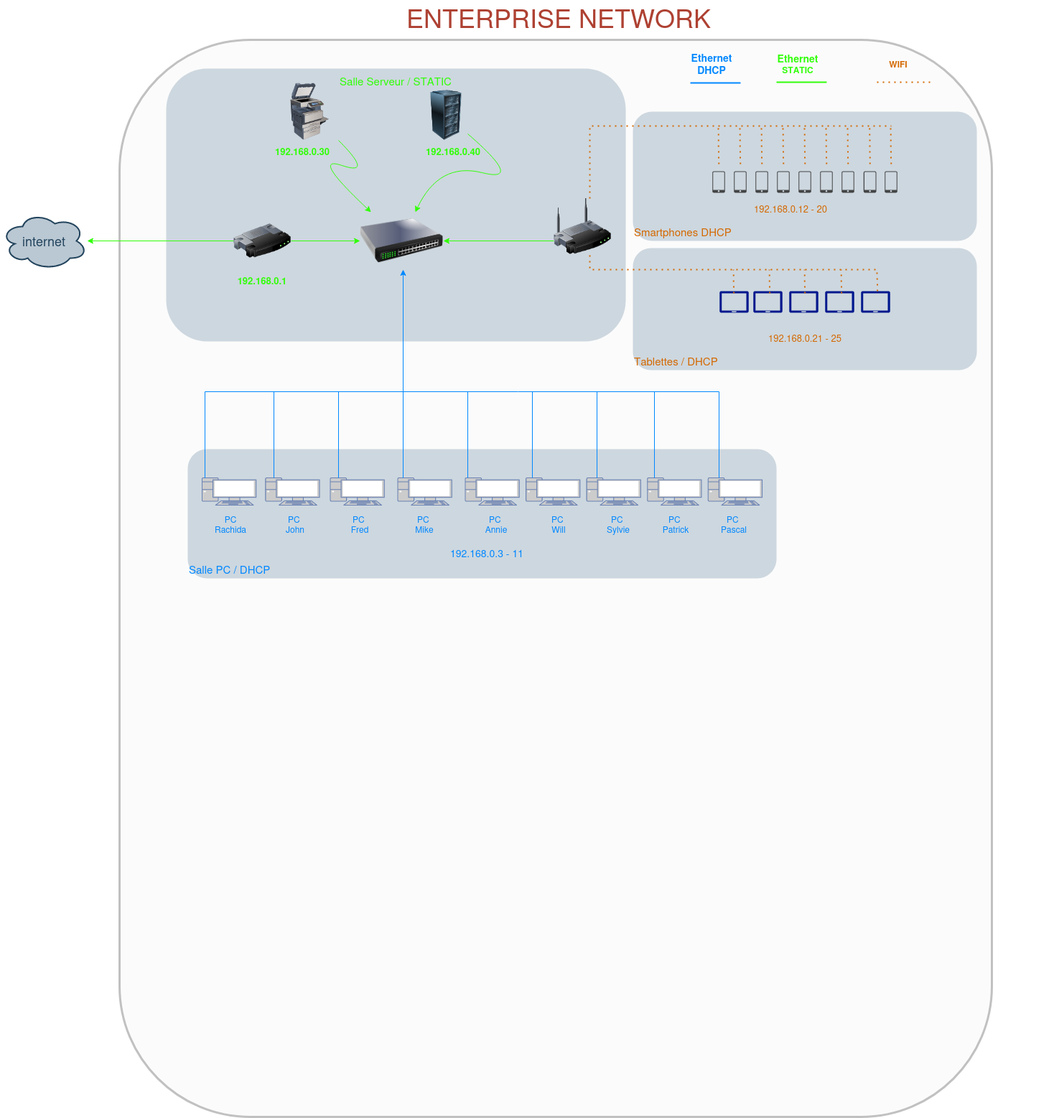
OCR-GRLD/OCR-GRLD keeps this draw.io diagram as avocatsdunum.drawio.png. Above is the earlier version. Source tidied: cells renumbered, new cells last; positions are measured from the earlier drawing's top-left corner, leaving out a move shared by most shapes.
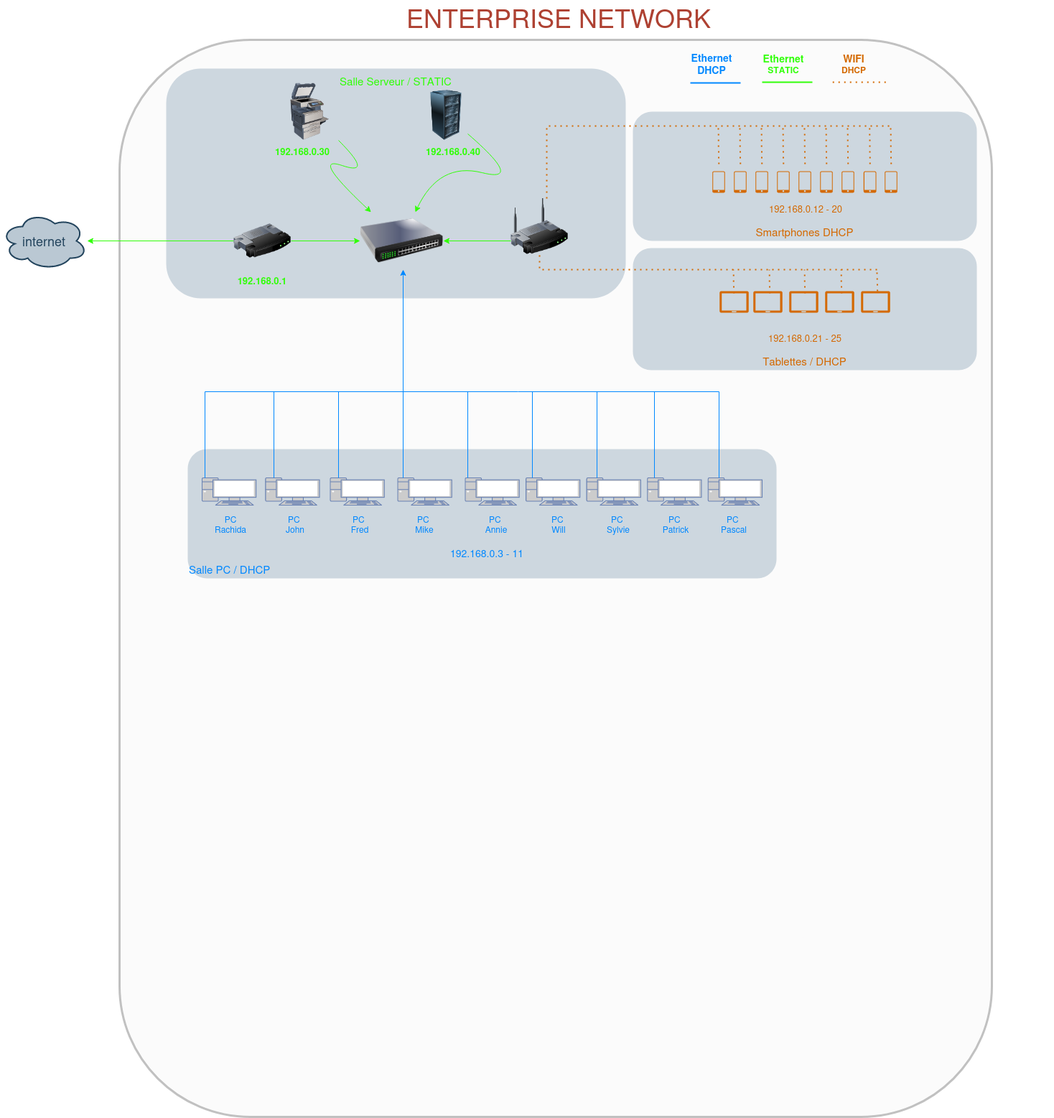
After the change.

Commit message:
Mettre à jour avocatsdunum.drawio.png

The edit, as a diff of the source:
```diff
@@ -6,7 +6,7 @@
       <mxGeometry x="165" y="55" width="1215" height="1500" as="geometry" />
     </mxCell>
     <mxCell id="3" value="&lt;div align=&quot;center&quot; style=&quot;font-size: 17px;&quot;&gt;&lt;font color=&quot;#31ff08&quot; style=&quot;font-size: 15px;&quot;&gt;Salle Serveur / STATIC&lt;/font&gt;&lt;/div&gt;" style="rounded=1;whiteSpace=wrap;html=1;shadow=0;strokeColor=none;fillColor=#BAC8D3;gradientColor=none;fontSize=18;fontColor=#AE4132;verticalAlign=top;opacity=70;fontStyle=0;strokeWidth=3;align=center;" parent="1" vertex="1">
-      <mxGeometry x="230" y="95" width="640" height="380" as="geometry" />
+      <mxGeometry x="230" y="95" width="640" height="320" as="geometry" />
     </mxCell>
     <mxCell id="4" style="image;html=1;image=img/lib/clip_art/computers/Server_Rack_128x128.png;shadow=0;strokeColor=#000000;fillColor=#FFFFFF;gradientColor=none;fontSize=18;fontColor=#F08705;fontStyle=0;" parent="1" vertex="1">
       <mxGeometry x="590" y="125" width="60" height="70" as="geometry" />
@@ -133,7 +133,7 @@
       </mxGeometry>
     </mxCell>
     <mxCell id="34" style="image;html=1;image=img/lib/clip_art/networking/Wireless_Router_128x128.png;" parent="1" vertex="1">
-      <mxGeometry x="770" y="275" width="80" height="80" as="geometry" />
+      <mxGeometry x="710" y="275" width="80" height="80" as="geometry" />
     </mxCell>
     <mxCell id="35" style="curved=1;endArrow=classic;html=1;rounded=0;strokeColor=#31FF08;" parent="1" edge="1" source="4" target="11">
       <mxGeometry relative="1" as="geometry">
@@ -154,10 +154,10 @@
     <mxCell id="37" style="endArrow=classic;html=1;rounded=0;exitX=0;exitY=0.75;exitDx=0;exitDy=0;strokeColor=#31FF08;" parent="1" edge="1" source="34" target="11">
       <mxGeometry relative="1" as="geometry" />
     </mxCell>
-    <mxCell id="38" value="&lt;div&gt;&lt;font color=&quot;#d46900&quot; style=&quot;font-size: 15px;&quot;&gt;Smartphones DHCP&lt;/font&gt;&lt;/div&gt;" style="rounded=1;whiteSpace=wrap;html=1;shadow=0;strokeColor=none;fillColor=#BAC8D3;gradientColor=none;fontSize=19;fontColor=#AE4132;verticalAlign=bottom;fontStyle=0;opacity=70;strokeWidth=3;align=left;rotation=0;" parent="1" vertex="1">
+    <mxCell id="38" value="&lt;div align=&quot;center&quot;&gt;&lt;font color=&quot;#d46900&quot; style=&quot;font-size: 15px;&quot;&gt;Smartphones DHCP&lt;/font&gt;&lt;/div&gt;" style="rounded=1;whiteSpace=wrap;html=1;shadow=0;strokeColor=none;fillColor=#BAC8D3;gradientColor=none;fontSize=19;fontColor=#AE4132;verticalAlign=bottom;fontStyle=0;opacity=70;strokeWidth=3;align=center;rotation=0;" parent="1" vertex="1">
       <mxGeometry x="880" y="155" width="479" height="180" as="geometry" />
     </mxCell>
-    <mxCell id="39" value="&lt;div align=&quot;left&quot;&gt;&lt;font color=&quot;#d46900&quot; style=&quot;font-size: 15px;&quot;&gt;Tablettes / DHCP&lt;/font&gt;&lt;/div&gt;" style="rounded=1;whiteSpace=wrap;html=1;shadow=0;strokeColor=none;fillColor=#BAC8D3;gradientColor=none;fontSize=19;fontColor=#AE4132;verticalAlign=bottom;fontStyle=0;opacity=70;strokeWidth=3;align=left;rotation=0;" parent="1" vertex="1">
+    <mxCell id="39" value="&lt;div align=&quot;center&quot;&gt;&lt;font color=&quot;#d46900&quot; style=&quot;font-size: 15px;&quot;&gt;Tablettes / DHCP&lt;/font&gt;&lt;/div&gt;" style="rounded=1;whiteSpace=wrap;html=1;shadow=0;strokeColor=none;fillColor=#BAC8D3;gradientColor=none;fontSize=19;fontColor=#AE4132;verticalAlign=bottom;fontStyle=0;opacity=70;strokeWidth=3;align=center;rotation=0;" parent="1" vertex="1">
       <mxGeometry x="880" y="345" width="479" height="170" as="geometry" />
     </mxCell>
     <mxCell id="40" style="group;" parent="1" vertex="1">
@@ -169,38 +169,38 @@
         <mxPoint x="160" y="-1" as="targetPoint" />
       </mxGeometry>
     </mxCell>
-    <mxCell id="42" style="sketch=0;shadow=0;dashed=0;html=1;strokeColor=none;fillColor=#434445;labelPosition=center;verticalLabelPosition=bottom;verticalAlign=top;align=center;shape=mxgraph.vvd.phone;" parent="40" vertex="1">
+    <mxCell id="42" style="sketch=0;shadow=0;dashed=0;html=1;strokeColor=none;fillColor=#D46900;labelPosition=center;verticalLabelPosition=bottom;verticalAlign=top;align=center;shape=mxgraph.vvd.phone;" parent="40" vertex="1">
       <mxGeometry y="123" width="17.7" height="30" as="geometry" />
     </mxCell>
-    <mxCell id="43" style="sketch=0;shadow=0;dashed=0;html=1;strokeColor=none;fillColor=#434445;labelPosition=center;verticalLabelPosition=bottom;verticalAlign=top;align=center;shape=mxgraph.vvd.phone;" parent="40" vertex="1">
+    <mxCell id="43" style="sketch=0;shadow=0;dashed=0;html=1;strokeColor=none;fillColor=#D46900;labelPosition=center;verticalLabelPosition=bottom;verticalAlign=top;align=center;shape=mxgraph.vvd.phone;" parent="40" vertex="1">
       <mxGeometry x="30" y="123" width="17.7" height="30" as="geometry" />
     </mxCell>
-    <mxCell id="44" style="sketch=0;shadow=0;dashed=0;html=1;strokeColor=none;fillColor=#434445;labelPosition=center;verticalLabelPosition=bottom;verticalAlign=top;align=center;shape=mxgraph.vvd.phone;" parent="40" vertex="1">
+    <mxCell id="44" style="sketch=0;shadow=0;dashed=0;html=1;strokeColor=none;fillColor=#D46900;labelPosition=center;verticalLabelPosition=bottom;verticalAlign=top;align=center;shape=mxgraph.vvd.phone;" parent="40" vertex="1">
       <mxGeometry x="60" y="123" width="17.7" height="30" as="geometry" />
     </mxCell>
-    <mxCell id="45" style="sketch=0;shadow=0;dashed=0;html=1;strokeColor=none;fillColor=#434445;labelPosition=center;verticalLabelPosition=bottom;verticalAlign=top;align=center;shape=mxgraph.vvd.phone;" parent="40" vertex="1">
+    <mxCell id="45" style="sketch=0;shadow=0;dashed=0;html=1;strokeColor=none;fillColor=#D46900;labelPosition=center;verticalLabelPosition=bottom;verticalAlign=top;align=center;shape=mxgraph.vvd.phone;" parent="40" vertex="1">
       <mxGeometry x="90" y="123" width="17.7" height="30" as="geometry" />
     </mxCell>
-    <mxCell id="46" style="sketch=0;shadow=0;dashed=0;html=1;strokeColor=none;fillColor=#434445;labelPosition=center;verticalLabelPosition=bottom;verticalAlign=top;align=center;shape=mxgraph.vvd.phone;" parent="40" vertex="1">
+    <mxCell id="46" style="sketch=0;shadow=0;dashed=0;html=1;strokeColor=none;fillColor=#D46900;labelPosition=center;verticalLabelPosition=bottom;verticalAlign=top;align=center;shape=mxgraph.vvd.phone;" parent="40" vertex="1">
       <mxGeometry x="120" y="123" width="17.7" height="30" as="geometry" />
     </mxCell>
-    <mxCell id="47" style="sketch=0;shadow=0;dashed=0;html=1;strokeColor=none;fillColor=#434445;labelPosition=center;verticalLabelPosition=bottom;verticalAlign=top;align=center;shape=mxgraph.vvd.phone;" parent="40" vertex="1">
+    <mxCell id="47" style="sketch=0;shadow=0;dashed=0;html=1;strokeColor=none;fillColor=#D46900;labelPosition=center;verticalLabelPosition=bottom;verticalAlign=top;align=center;shape=mxgraph.vvd.phone;" parent="40" vertex="1">
       <mxGeometry x="150" y="123" width="17.7" height="30" as="geometry" />
     </mxCell>
-    <mxCell id="48" style="sketch=0;shadow=0;dashed=0;html=1;strokeColor=none;fillColor=#434445;labelPosition=center;verticalLabelPosition=bottom;verticalAlign=top;align=center;shape=mxgraph.vvd.phone;" parent="40" vertex="1">
+    <mxCell id="48" style="sketch=0;shadow=0;dashed=0;html=1;strokeColor=none;fillColor=#D46900;labelPosition=center;verticalLabelPosition=bottom;verticalAlign=top;align=center;shape=mxgraph.vvd.phone;" parent="40" vertex="1">
       <mxGeometry x="180" y="123" width="17.7" height="30" as="geometry" />
     </mxCell>
-    <mxCell id="49" style="sketch=0;shadow=0;dashed=0;html=1;strokeColor=none;fillColor=#434445;labelPosition=center;verticalLabelPosition=bottom;verticalAlign=top;align=center;shape=mxgraph.vvd.phone;" parent="40" vertex="1">
+    <mxCell id="49" style="sketch=0;shadow=0;dashed=0;html=1;strokeColor=none;fillColor=#D46900;labelPosition=center;verticalLabelPosition=bottom;verticalAlign=top;align=center;shape=mxgraph.vvd.phone;" parent="40" vertex="1">
       <mxGeometry x="210.7" y="123" width="17.7" height="30" as="geometry" />
     </mxCell>
-    <mxCell id="50" style="sketch=0;shadow=0;dashed=0;html=1;strokeColor=none;fillColor=#434445;labelPosition=center;verticalLabelPosition=bottom;verticalAlign=top;align=center;shape=mxgraph.vvd.phone;" parent="40" vertex="1">
+    <mxCell id="50" style="sketch=0;shadow=0;dashed=0;html=1;strokeColor=none;fillColor=#D46900;labelPosition=center;verticalLabelPosition=bottom;verticalAlign=top;align=center;shape=mxgraph.vvd.phone;" parent="40" vertex="1">
       <mxGeometry x="240" y="123" width="17.7" height="30" as="geometry" />
     </mxCell>
     <mxCell id="51" style="endArrow=none;dashed=1;html=1;dashPattern=1 3;strokeWidth=2;rounded=0;exitX=0.625;exitY=0.013;exitDx=0;exitDy=0;exitPerimeter=0;strokeColor=#D46900;" parent="40" edge="1" source="34">
       <mxGeometry relative="1" as="geometry">
         <mxPoint x="249.3" y="60" as="targetPoint" />
         <Array as="points">
-          <mxPoint x="-170.7" y="110" />
+          <mxPoint x="-230.7" y="60" />
           <mxPoint x="-170.7" y="60" />
         </Array>
       </mxGeometry>
@@ -262,27 +262,26 @@
     <mxCell id="61" style="group;" parent="1" vertex="1">
       <mxGeometry x="1000.7" y="405" width="237.5" height="30" as="geometry" />
     </mxCell>
-    <mxCell id="62" style="sketch=0;shadow=0;dashed=0;html=1;strokeColor=none;labelPosition=center;verticalLabelPosition=bottom;verticalAlign=top;align=center;fillColor=#00188D;shape=mxgraph.azure.tablet;" parent="61" vertex="1">
+    <mxCell id="62" style="sketch=0;shadow=0;dashed=0;html=1;strokeColor=none;labelPosition=center;verticalLabelPosition=bottom;verticalAlign=top;align=center;fillColor=#D46900;shape=mxgraph.azure.tablet;" parent="61" vertex="1">
       <mxGeometry width="40.5" height="30" as="geometry" />
     </mxCell>
-    <mxCell id="63" style="sketch=0;shadow=0;dashed=0;html=1;strokeColor=none;labelPosition=center;verticalLabelPosition=bottom;verticalAlign=top;align=center;fillColor=#00188D;shape=mxgraph.azure.tablet;" parent="61" vertex="1">
+    <mxCell id="63" style="sketch=0;shadow=0;dashed=0;html=1;strokeColor=none;labelPosition=center;verticalLabelPosition=bottom;verticalAlign=top;align=center;fillColor=#D46900;shape=mxgraph.azure.tablet;" parent="61" vertex="1">
       <mxGeometry x="47" width="40.5" height="30" as="geometry" />
     </mxCell>
-    <mxCell id="64" style="sketch=0;shadow=0;dashed=0;html=1;strokeColor=none;labelPosition=center;verticalLabelPosition=bottom;verticalAlign=top;align=center;fillColor=#00188D;shape=mxgraph.azure.tablet;" parent="61" vertex="1">
+    <mxCell id="64" style="sketch=0;shadow=0;dashed=0;html=1;strokeColor=none;labelPosition=center;verticalLabelPosition=bottom;verticalAlign=top;align=center;fillColor=#D46900;shape=mxgraph.azure.tablet;" parent="61" vertex="1">
       <mxGeometry x="97" width="40.5" height="30" as="geometry" />
     </mxCell>
-    <mxCell id="65" style="sketch=0;shadow=0;dashed=0;html=1;strokeColor=none;labelPosition=center;verticalLabelPosition=bottom;verticalAlign=top;align=center;fillColor=#00188D;shape=mxgraph.azure.tablet;" parent="61" vertex="1">
+    <mxCell id="65" style="sketch=0;shadow=0;dashed=0;html=1;strokeColor=none;labelPosition=center;verticalLabelPosition=bottom;verticalAlign=top;align=center;fillColor=#D46900;shape=mxgraph.azure.tablet;" parent="61" vertex="1">
       <mxGeometry x="147" width="40.5" height="30" as="geometry" />
     </mxCell>
-    <mxCell id="66" style="sketch=0;shadow=0;dashed=0;html=1;strokeColor=none;labelPosition=center;verticalLabelPosition=bottom;verticalAlign=top;align=center;fillColor=#00188D;shape=mxgraph.azure.tablet;" parent="61" vertex="1">
+    <mxCell id="66" style="sketch=0;shadow=0;dashed=0;html=1;strokeColor=none;labelPosition=center;verticalLabelPosition=bottom;verticalAlign=top;align=center;fillColor=#D46900;shape=mxgraph.azure.tablet;" parent="61" vertex="1">
       <mxGeometry x="197" width="40.5" height="30" as="geometry" />
     </mxCell>
-    <mxCell id="67" style="endArrow=none;dashed=1;html=1;dashPattern=1 3;strokeWidth=2;rounded=0;strokeColor=#D46900;" parent="1" edge="1">
+    <mxCell id="67" style="endArrow=none;dashed=1;html=1;dashPattern=1 3;strokeWidth=2;rounded=0;strokeColor=#D46900;" parent="1" edge="1" source="34">
       <mxGeometry relative="1" as="geometry">
-        <mxPoint x="820" y="355" as="sourcePoint" />
         <mxPoint x="1220" y="375" as="targetPoint" />
         <Array as="points">
-          <mxPoint x="820" y="375" />
+          <mxPoint x="750" y="375" />
           <mxPoint x="1020" y="375" />
         </Array>
       </mxGeometry>
@@ -319,21 +318,21 @@
     </mxCell>
     <mxCell id="73" style="endArrow=none;html=1;rounded=0;fontColor=#31FF08;strokeColor=#31FF08;strokeWidth=2;" parent="1" edge="1">
       <mxGeometry relative="1" as="geometry">
-        <mxPoint x="1080" y="114" as="sourcePoint" />
-        <mxPoint x="1150" y="114" as="targetPoint" />
+        <mxPoint x="1060" y="114" as="sourcePoint" />
+        <mxPoint x="1130" y="114" as="targetPoint" />
       </mxGeometry>
     </mxCell>
     <mxCell id="74" style="endArrow=none;dashed=1;html=1;dashPattern=1 3;strokeWidth=2;rounded=0;strokeColor=#D46900;" parent="1" edge="1">
       <mxGeometry relative="1" as="geometry">
-        <mxPoint x="1220" y="114" as="sourcePoint" />
-        <mxPoint x="1300" y="114" as="targetPoint" />
+        <mxPoint x="1158.3" y="114" as="sourcePoint" />
+        <mxPoint x="1238.3" y="114" as="targetPoint" />
       </mxGeometry>
     </mxCell>
     <mxCell id="75" value="&lt;b&gt;&lt;font color=&quot;#31ff08&quot;&gt;&lt;font style=&quot;font-size: 14px;&quot;&gt;Ethernet&lt;/font&gt; STATIC&lt;br&gt;&lt;/font&gt;&lt;/b&gt;" style="text;html=1;strokeColor=none;fillColor=none;align=center;verticalAlign=middle;whiteSpace=wrap;rounded=0;" parent="1" vertex="1">
-      <mxGeometry x="1080" y="74" width="60" height="30" as="geometry" />
+      <mxGeometry x="1060" y="74" width="60" height="30" as="geometry" />
     </mxCell>
-    <mxCell id="76" value="&lt;font color=&quot;#d46900&quot;&gt;&lt;b&gt;WIFI&lt;/b&gt;&lt;/font&gt;" style="text;html=1;strokeColor=none;fillColor=none;align=center;verticalAlign=middle;whiteSpace=wrap;rounded=0;" parent="1" vertex="1">
-      <mxGeometry x="1219.5" y="74" width="60" height="30" as="geometry" />
+    <mxCell id="76" value="&lt;div&gt;&lt;font size=&quot;1&quot; color=&quot;#d46900&quot;&gt;&lt;b style=&quot;font-size: 14px;&quot;&gt;WIFI&lt;/b&gt;&lt;/font&gt;&lt;/div&gt;&lt;div&gt;&lt;font color=&quot;#d46900&quot;&gt;&lt;b&gt;DHCP&lt;/b&gt;&lt;/font&gt;&lt;br&gt;&lt;/div&gt;" style="text;html=1;strokeColor=none;fillColor=none;align=center;verticalAlign=middle;whiteSpace=wrap;rounded=0;" parent="1" vertex="1">
+      <mxGeometry x="1157.8" y="74" width="60" height="30" as="geometry" />
     </mxCell>
     <mxCell id="77" value="&lt;font color=&quot;#0088ff&quot; style=&quot;font-size: 14px;&quot;&gt;192.168.0.3 - 11&lt;/font&gt;" style="text;html=1;strokeColor=none;fillColor=none;align=center;verticalAlign=middle;whiteSpace=wrap;rounded=0;" parent="1" vertex="1">
       <mxGeometry x="607" y="755" width="140" height="30" as="geometry" />
@@ -347,8 +346,8 @@
     <mxCell id="80" value="&lt;font style=&quot;font-size: 13px;&quot; color=&quot;#31ff08&quot;&gt;&lt;b&gt;192.168.0.40&lt;/b&gt;&lt;/font&gt;" style="text;html=1;strokeColor=none;fillColor=none;align=center;verticalAlign=middle;whiteSpace=wrap;rounded=0;" parent="1" vertex="1">
       <mxGeometry x="560" y="195" width="140" height="30" as="geometry" />
     </mxCell>
-    <mxCell id="81" value="&lt;font style=&quot;font-size: 13px;&quot; color=&quot;#d46900&quot;&gt;192.168.0.12 - 20&lt;/font&gt;" style="text;html=1;strokeColor=none;fillColor=none;align=center;verticalAlign=middle;whiteSpace=wrap;rounded=0;" parent="1" vertex="1">
-      <mxGeometry x="1030" y="275" width="140" height="30" as="geometry" />
+    <mxCell id="81" value="&lt;div align=&quot;center&quot;&gt;&lt;font style=&quot;font-size: 13px;&quot; color=&quot;#d46900&quot;&gt;192.168.0.12 - 20&lt;/font&gt;&lt;/div&gt;" style="text;html=1;strokeColor=none;fillColor=none;align=center;verticalAlign=middle;whiteSpace=wrap;rounded=0;" parent="1" vertex="1">
+      <mxGeometry x="1051" y="275" width="140" height="30" as="geometry" />
     </mxCell>
     <mxCell id="82" value="&lt;font style=&quot;font-size: 13px;&quot; color=&quot;#d46900&quot;&gt;192.168.0.21 - 25&lt;/font&gt;" style="text;html=1;strokeColor=none;fillColor=none;align=center;verticalAlign=middle;whiteSpace=wrap;rounded=0;" parent="1" vertex="1">
       <mxGeometry x="1049.5" y="455" width="140" height="30" as="geometry" />
```
